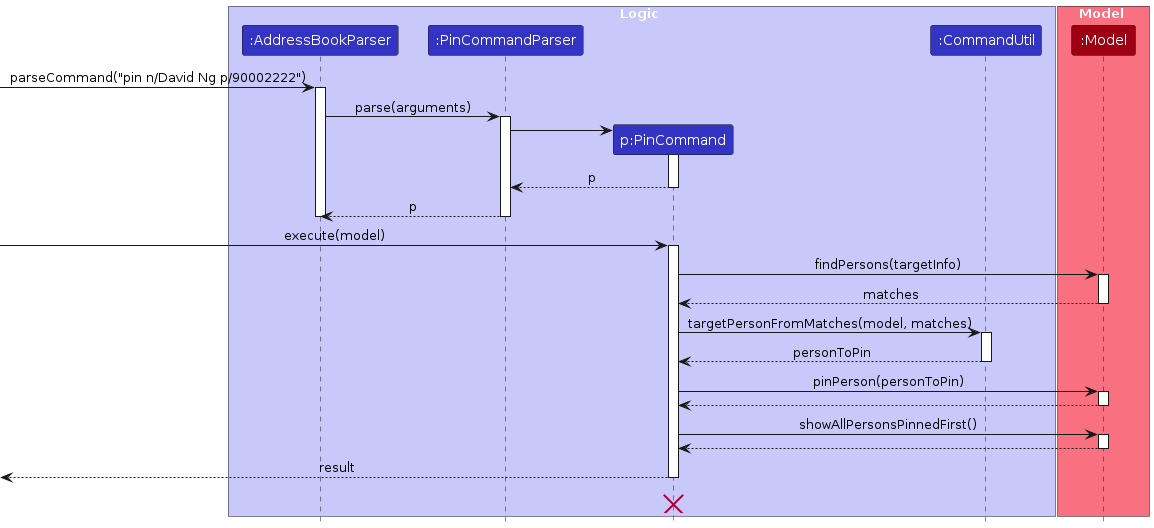
AY2526S2-CS2103-F08-4/tp keeps this PlantUML diagram as diagrams/PinSequenceDiagram-Logic.png. Above is the earlier version. Its source is kept beside it as diagrams/PinSequenceDiagram-Logic.puml.
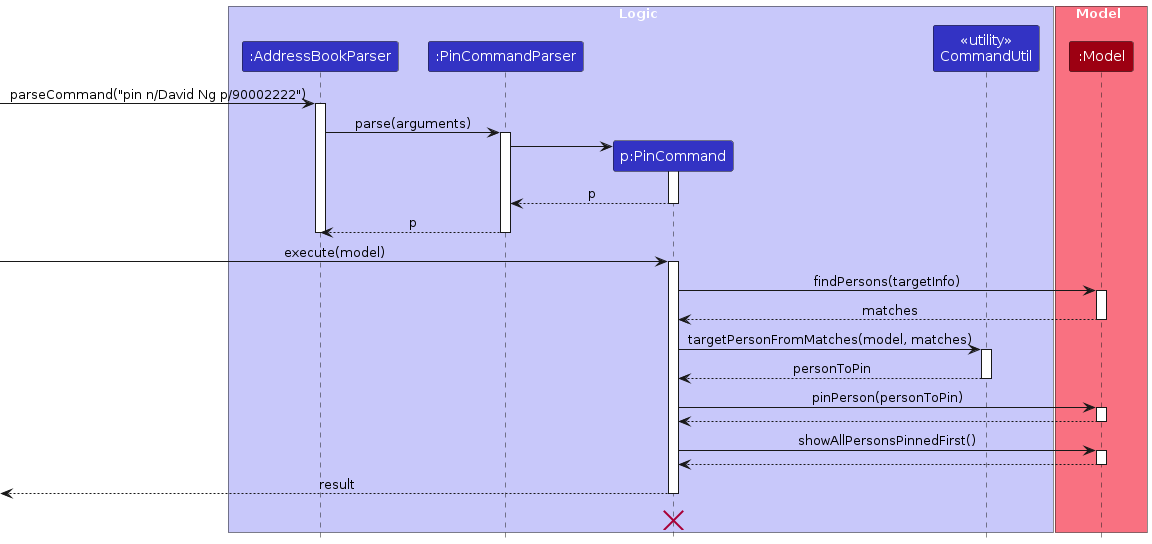
Above is the later version.

The edit, as a diff of the source:
```diff
@@ -6,7 +6,7 @@
 participant ":AddressBookParser" as AddressBookParser LOGIC_COLOR
 participant ":PinCommandParser" as PinCommandParser LOGIC_COLOR
 participant "p:PinCommand" as PinCommand LOGIC_COLOR
-participant ":CommandUtil" as CommandUtil LOGIC_COLOR
+participant "<<utility>>\nCommandUtil" as CommandUtil LOGIC_COLOR
 end box
 
 box Model MODEL_COLOR_T1
```
